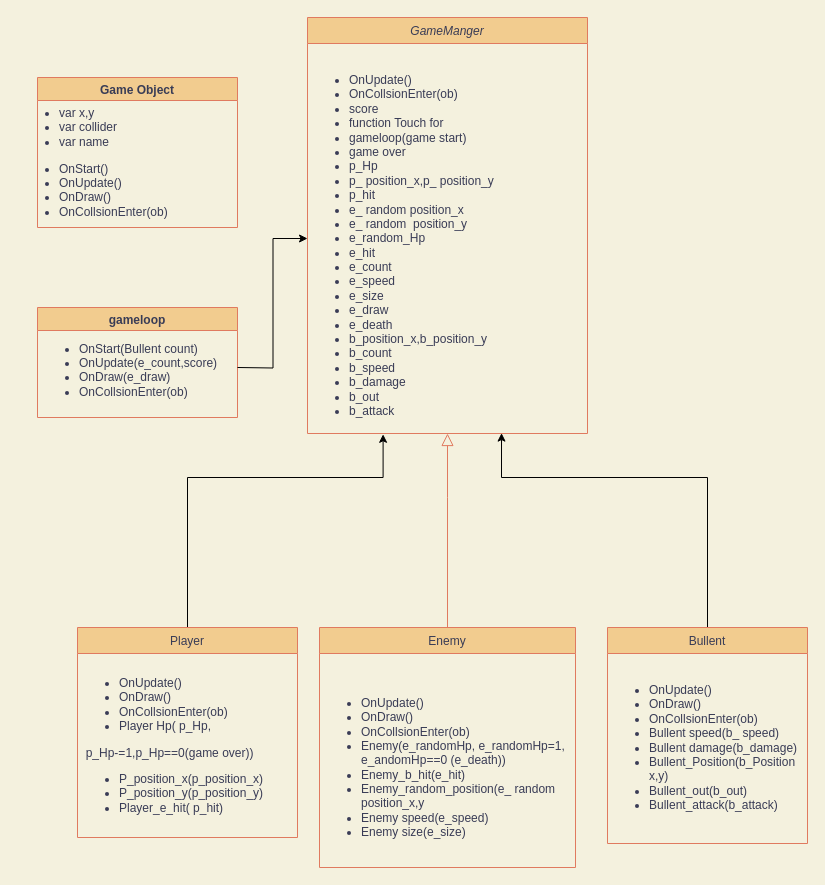
The draw.io diagram Lecture 13/efa.drawio in songhague/RWStudy, before the edit. Source tidied: cells renumbered, new cells numbered last; positions are measured from the earlier drawing's top-left corner, leaving out a move shared by most shapes. Both pictures are drawn from the tidied source at 100%, with x=0, y=0 at pixel (17, 17).
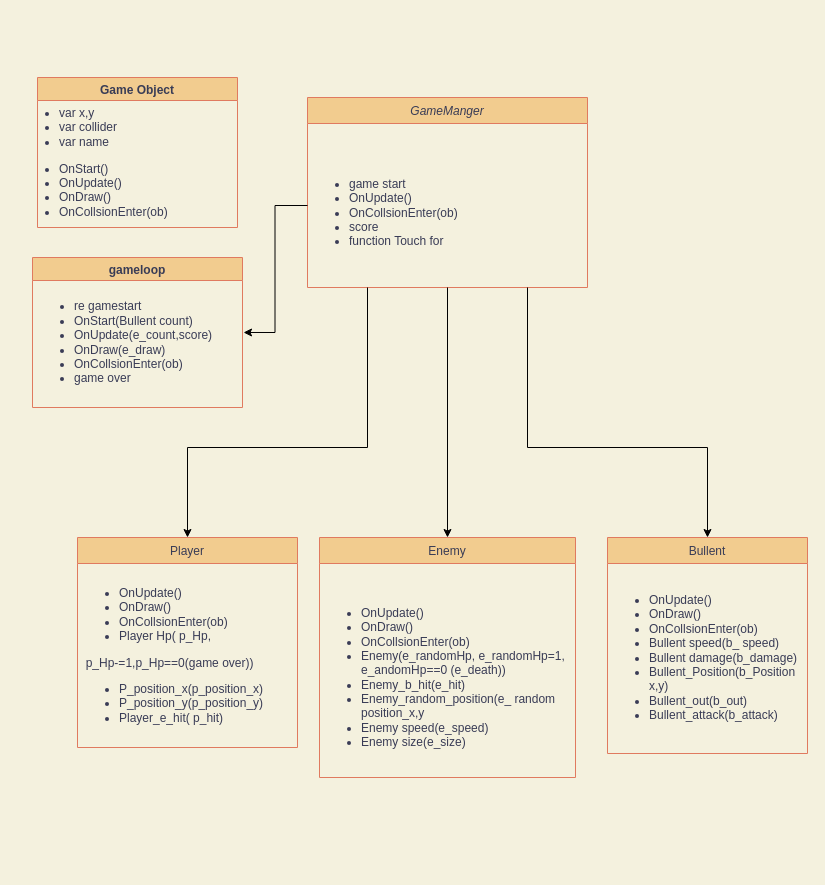
The same page after the edit.

Change to the diagram source:
```diff
@@
     <mxCell id="2" value="GameManger" style="swimlane;fontStyle=2;align=center;verticalAlign=top;horizontal=1;startSize=26;rounded=0;shadow=0;strokeWidth=1;fillColor=#F2CC8F;strokeColor=#E07A5F;fontColor=#393C56;" parent="1" vertex="1">
-      <mxGeometry x="290" width="280" height="416" as="geometry" />
+      <mxGeometry x="290" y="80" width="280" height="190" as="geometry" />
     </mxCell>
-    <mxCell id="3" value="&lt;div&gt;&lt;br&gt;&lt;/div&gt;&lt;ul&gt;&lt;li&gt;OnUpdate()&lt;/li&gt;&lt;li&gt;OnCollsionEnter(ob)&lt;/li&gt;&lt;li&gt;score&lt;/li&gt;&lt;li&gt;function Touch for&lt;/li&gt;&lt;li&gt;gameloop(game start)&lt;/li&gt;&lt;li&gt;game over&lt;/li&gt;&lt;li&gt;p_Hp&lt;/li&gt;&lt;li&gt;p_&amp;nbsp;position_x,p_&amp;nbsp;position_y&lt;/li&gt;&lt;li&gt;p_hit&lt;/li&gt;&lt;li&gt;e_&amp;nbsp;random position_x&lt;/li&gt;&lt;li&gt;e_ random&amp;nbsp; position_y&lt;/li&gt;&lt;li&gt;e_random_Hp&lt;/li&gt;&lt;li&gt;e_hit&lt;/li&gt;&lt;li&gt;e_count&lt;/li&gt;&lt;li&gt;e_speed&lt;/li&gt;&lt;li&gt;e_size&lt;/li&gt;&lt;li&gt;e_draw&lt;/li&gt;&lt;li&gt;e_death&lt;/li&gt;&lt;li&gt;b_position_x,b_position_y&lt;/li&gt;&lt;li&gt;b_count&lt;/li&gt;&lt;li&gt;b_speed&lt;/li&gt;&lt;li&gt;b_damage&lt;/li&gt;&lt;li&gt;b_out&lt;/li&gt;&lt;li&gt;b_attack&lt;/li&gt;&lt;/ul&gt;" style="text;strokeColor=none;fillColor=none;html=1;whiteSpace=wrap;verticalAlign=middle;overflow=hidden;fontColor=#393C56;" parent="2" vertex="1">
-      <mxGeometry y="26" width="280" height="390" as="geometry" />
+    <mxCell id="3" value="&lt;div&gt;&lt;br&gt;&lt;/div&gt;&lt;ul&gt;&lt;li&gt;game start&lt;/li&gt;&lt;li&gt;OnUpdate()&lt;/li&gt;&lt;li&gt;OnCollsionEnter(ob)&lt;/li&gt;&lt;li&gt;score&lt;/li&gt;&lt;li&gt;function Touch for&lt;/li&gt;&lt;/ul&gt;" style="text;strokeColor=none;fillColor=none;html=1;whiteSpace=wrap;verticalAlign=middle;overflow=hidden;fontColor=#393C56;" parent="2" vertex="1">
+      <mxGeometry y="26" width="280" height="164" as="geometry" />
     </mxCell>
-    <mxCell id="4" style="edgeStyle=orthogonalEdgeStyle;rounded=0;jettySize=auto;html=1;exitX=0.5;exitY=0;exitDx=0;exitDy=0;entryX=0.27;entryY=1.002;entryDx=0;entryDy=0;entryPerimeter=0;" parent="1" edge="1" source="5" target="3">
-      <mxGeometry relative="1" as="geometry">
-        <Array as="points">
-          <mxPoint x="170" y="460" />
-          <mxPoint x="366" y="460" />
-        </Array>
-      </mxGeometry>
-    </mxCell>
     <mxCell id="5" value="Player" style="swimlane;fontStyle=0;align=center;verticalAlign=top;horizontal=1;startSize=26;rounded=0;shadow=0;strokeWidth=1;fillColor=#F2CC8F;strokeColor=#E07A5F;fontColor=#393C56;" parent="1" vertex="1">
-      <mxGeometry x="60" y="610" width="220" height="210" as="geometry" />
+      <mxGeometry x="60" y="520" width="220" height="210" as="geometry" />
     </mxCell>
@@
     <mxCell id="7" value="Enemy" style="swimlane;fontStyle=0;align=center;verticalAlign=top;horizontal=1;startSize=26;rounded=0;shadow=0;strokeWidth=1;fillColor=#F2CC8F;strokeColor=#E07A5F;fontColor=#393C56;" parent="1" vertex="1">
-      <mxGeometry x="302" y="610" width="256" height="240" as="geometry" />
+      <mxGeometry x="302" y="520" width="256" height="240" as="geometry" />
     </mxCell>
@@
-    <mxCell id="9" style="endArrow=block;endSize=10;endFill=0;shadow=0;strokeWidth=1;rounded=0;edgeStyle=elbowEdgeStyle;elbow=vertical;labelBackgroundColor=#F4F1DE;strokeColor=#E07A5F;fontColor=#393C56;" parent="1" edge="1" source="7" target="2">
-      <mxGeometry relative="1" as="geometry">
-        <Array as="points">
-          <mxPoint x="430" y="480" />
-          <mxPoint x="465" y="540" />
-        </Array>
-      </mxGeometry>
-    </mxCell>
-    <mxCell id="10" style="edgeStyle=orthogonalEdgeStyle;rounded=0;jettySize=auto;html=1;exitX=0.5;exitY=0;exitDx=0;exitDy=0;entryX=0.693;entryY=0.999;entryDx=0;entryDy=0;entryPerimeter=0;" parent="1" edge="1" source="11" target="3">
-      <mxGeometry relative="1" as="geometry">
-        <Array as="points">
-          <mxPoint x="690" y="460" />
-          <mxPoint x="484" y="460" />
-        </Array>
-      </mxGeometry>
-    </mxCell>
     <mxCell id="11" value="Bullent" style="swimlane;fontStyle=0;align=center;verticalAlign=top;horizontal=1;startSize=26;rounded=0;shadow=0;strokeWidth=1;fillColor=#F2CC8F;strokeColor=#E07A5F;fontColor=#393C56;" parent="1" vertex="1">
-      <mxGeometry x="590" y="610" width="200" height="216" as="geometry" />
+      <mxGeometry x="590" y="520" width="200" height="216" as="geometry" />
     </mxCell>
@@
     <mxCell id="16" value="gameloop" style="swimlane;fillColor=#F2CC8F;strokeColor=#E07A5F;fontColor=#393C56;" parent="1" vertex="1">
-      <mxGeometry x="20" y="290" width="200" height="110" as="geometry" />
+      <mxGeometry x="15" y="240" width="210" height="150" as="geometry" />
     </mxCell>
-    <mxCell id="17" value="&lt;ul&gt;&lt;li&gt;OnStart(Bullent count)&lt;/li&gt;&lt;li&gt;OnUpdate(e_count,score)&lt;/li&gt;&lt;li&gt;OnDraw(e_draw)&lt;/li&gt;&lt;li&gt;OnCollsionEnter(ob)&lt;/li&gt;&lt;/ul&gt;" style="text;strokeColor=none;fillColor=none;html=1;whiteSpace=wrap;verticalAlign=middle;overflow=hidden;fontColor=#393C56;" parent="16" vertex="1">
-      <mxGeometry y="20" width="210" height="80" as="geometry" />
+    <mxCell id="17" value="&lt;ul&gt;&lt;li&gt;re gamestart&lt;/li&gt;&lt;li&gt;OnStart(Bullent count)&lt;/li&gt;&lt;li&gt;OnUpdate(e_count,score)&lt;/li&gt;&lt;li&gt;OnDraw(e_draw)&lt;/li&gt;&lt;li&gt;OnCollsionEnter(ob)&lt;/li&gt;&lt;li&gt;game over&lt;/li&gt;&lt;/ul&gt;" style="text;strokeColor=none;fillColor=none;html=1;whiteSpace=wrap;verticalAlign=middle;overflow=hidden;fontColor=#393C56;" parent="16" vertex="1">
+      <mxGeometry y="20" width="210" height="130" as="geometry" />
     </mxCell>
-    <mxCell id="18" style="edgeStyle=orthogonalEdgeStyle;rounded=0;jettySize=auto;html=1;" parent="1" edge="1" target="3">
-      <mxGeometry relative="1" as="geometry">
-        <mxPoint x="220" y="350" as="sourcePoint" />
-      </mxGeometry>
-    </mxCell>
+    <mxCell id="19" style="edgeStyle=orthogonalEdgeStyle;rounded=0;jettySize=auto;html=1;entryX=0.5;entryY=0;entryDx=0;entryDy=0;" parent="1" edge="1" source="3" target="7">
+      <mxGeometry relative="1" as="geometry" />
+    </mxCell>
+    <mxCell id="20" style="edgeStyle=orthogonalEdgeStyle;rounded=0;jettySize=auto;html=1;entryX=0.5;entryY=0;entryDx=0;entryDy=0;" parent="1" edge="1" source="3" target="5">
+      <mxGeometry relative="1" as="geometry">
+        <Array as="points">
+          <mxPoint x="350" y="430" />
+          <mxPoint x="170" y="430" />
+        </Array>
+      </mxGeometry>
+    </mxCell>
+    <mxCell id="21" style="edgeStyle=orthogonalEdgeStyle;rounded=0;jettySize=auto;html=1;entryX=0.5;entryY=0;entryDx=0;entryDy=0;" parent="1" edge="1" source="3" target="11">
+      <mxGeometry relative="1" as="geometry">
+        <Array as="points">
+          <mxPoint x="510" y="430" />
+          <mxPoint x="690" y="430" />
+        </Array>
+      </mxGeometry>
+    </mxCell>
+    <mxCell id="22" style="edgeStyle=orthogonalEdgeStyle;rounded=0;jettySize=auto;html=1;entryX=1.005;entryY=0.423;entryDx=0;entryDy=0;entryPerimeter=0;" parent="1" edge="1" source="3" target="17">
+      <mxGeometry relative="1" as="geometry" />
+    </mxCell>
```
